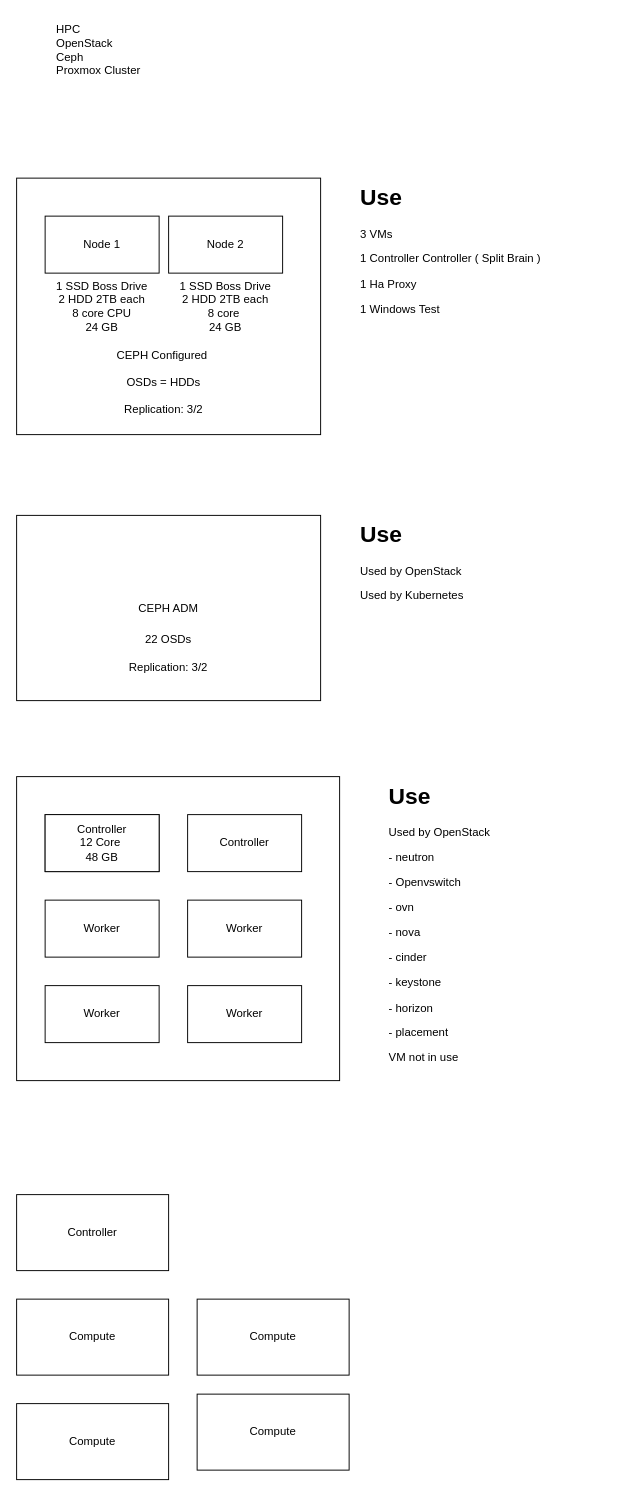
Before: KU.drawio in aadarshadhakalg/aadarshadhakalg, a draw.io diagram. Source tidied: cells renumbered, new cells numbered last; positions are measured from the earlier drawing's top-left corner, leaving out a move shared by most shapes. Both pictures are drawn from the tidied source at 95%, with x=0, y=0 at pixel (16, 16).
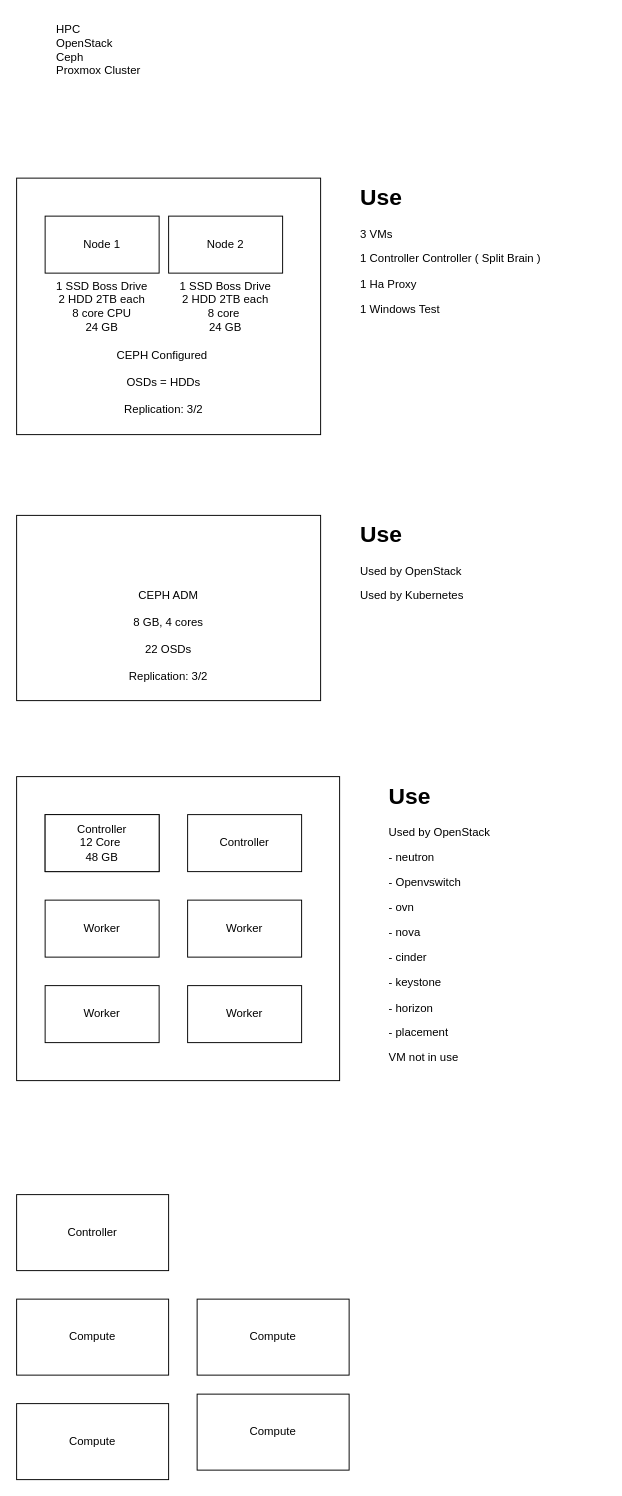
The same diagram, later.

What changed in the source:
```diff
@@
-    <mxCell id="10" value="CEPH ADM" style="rounded=0;whiteSpace=wrap;html=1;" parent="1" vertex="1">
+    <mxCell id="10" value="CEPH ADM&lt;div&gt;&lt;br&gt;&lt;/div&gt;&lt;div&gt;8 GB, 4 cores&lt;/div&gt;" style="rounded=0;whiteSpace=wrap;html=1;" parent="1" vertex="1">
       <mxGeometry y="525" width="320" height="195" as="geometry" />
     </mxCell>
     <mxCell id="11" value="22 OSDs&lt;div&gt;&lt;br&gt;&lt;/div&gt;&lt;div&gt;Replication: 3/2&lt;/div&gt;" style="text;html=1;align=center;verticalAlign=middle;whiteSpace=wrap;rounded=0;" parent="1" vertex="1">
-      <mxGeometry x="95" y="640" width="130" height="60" as="geometry" />
+      <mxGeometry x="95" y="650" width="130" height="60" as="geometry" />
     </mxCell>
```
